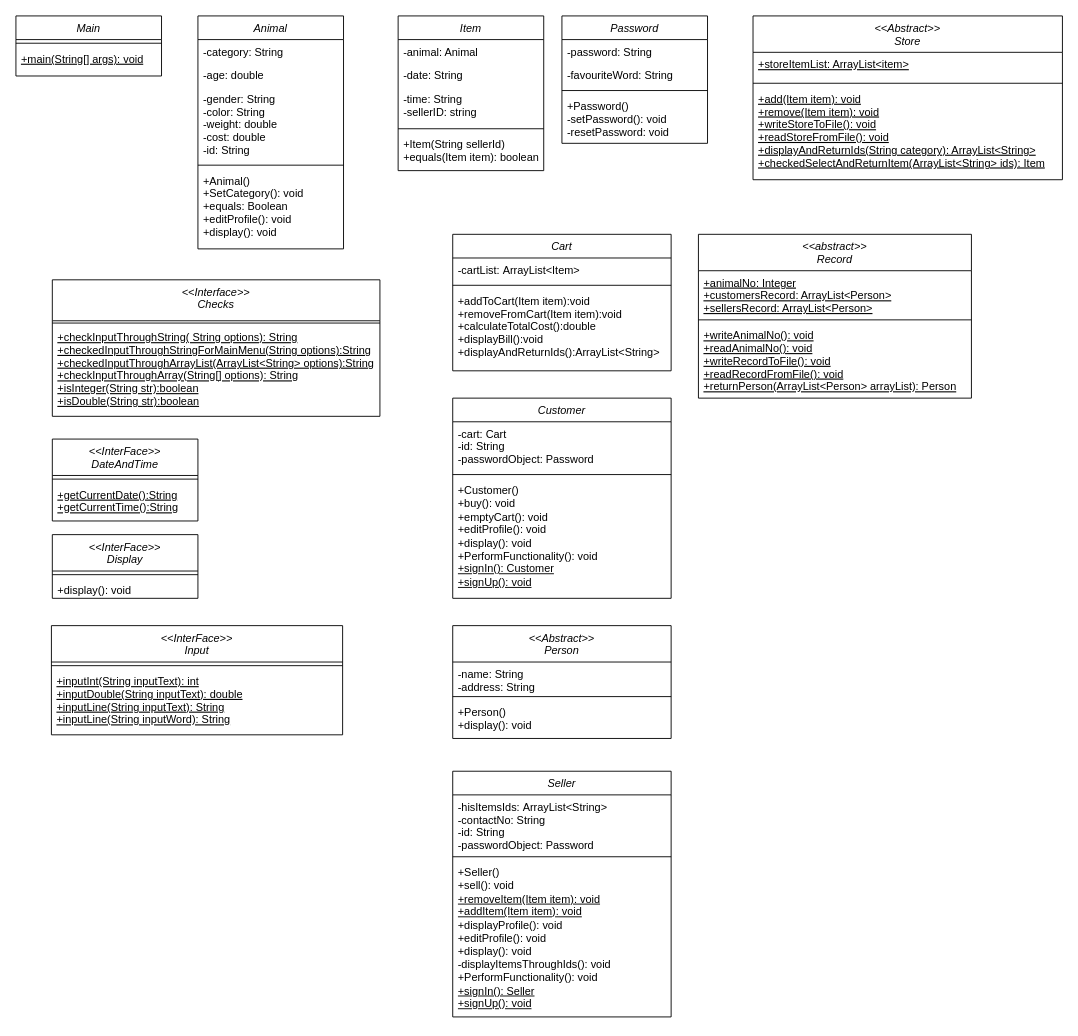
Above: Diagram/ Analys_reflektion.drawio in GitoPot/Analys_reflektion (draw.io), before the change. Source tidied: cells renumbered, new cells numbered last; positions are measured from the earlier drawing's top-left corner, leaving out a move shared by most shapes. Both pictures are drawn from the tidied source at 91%, with x=0, y=0 at pixel (15, 15).
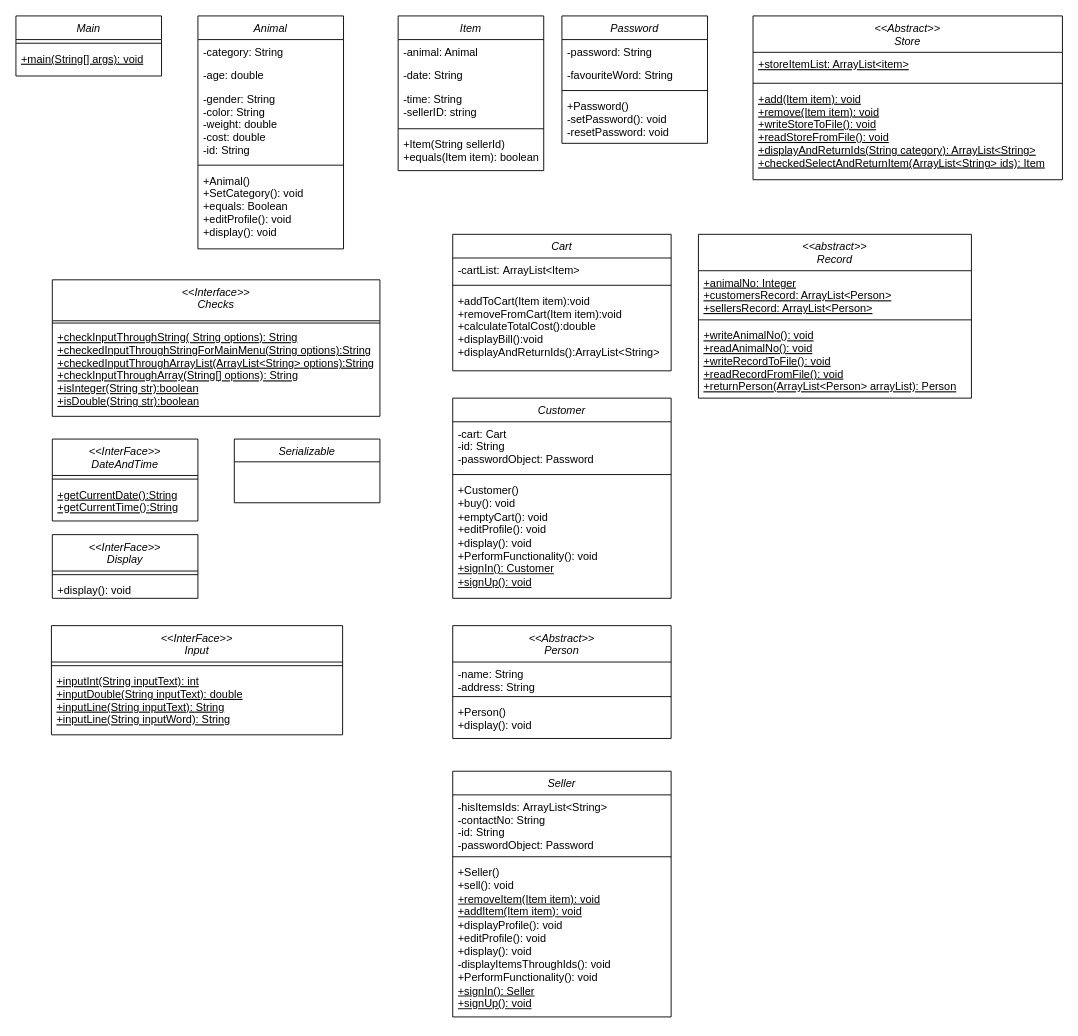
The same diagram, later.

What changed in the source:
```diff
@@
+    <mxCell id="58" value="Serializable" style="swimlane;fontStyle=2;align=center;verticalAlign=top;horizontal=1;startSize=25;rounded=0;shadow=0;strokeWidth=1;" parent="1" vertex="1">
+      <mxGeometry x="240" y="465" width="160" height="70" as="geometry" />
+    </mxCell>
```
